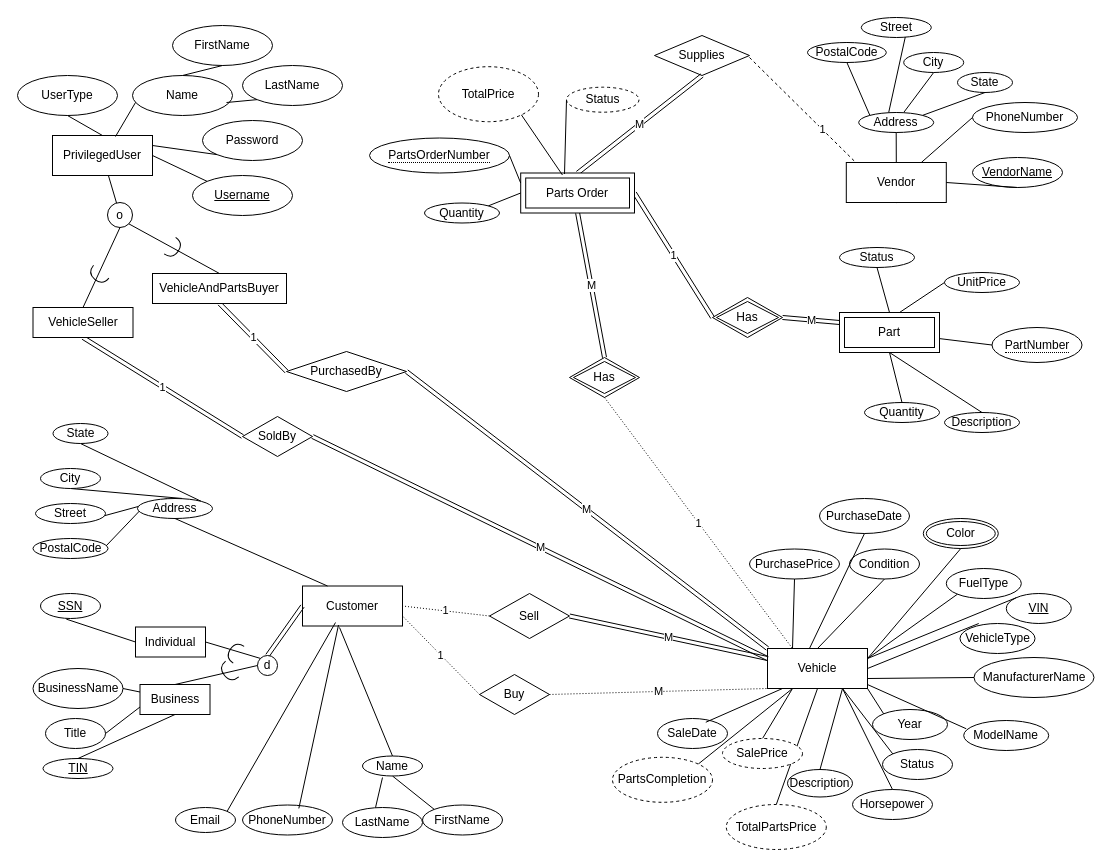
Above: Phase_1/team006_p1_eer.drawio in rkang427/autodb (draw.io), before the change. Source tidied: cells renumbered, new cells numbered last; positions are measured from the earlier drawing's top-left corner, leaving out a move shared by most shapes. Both pictures are drawn from the tidied source at 100%, with x=0, y=0 at pixel (17, 17).
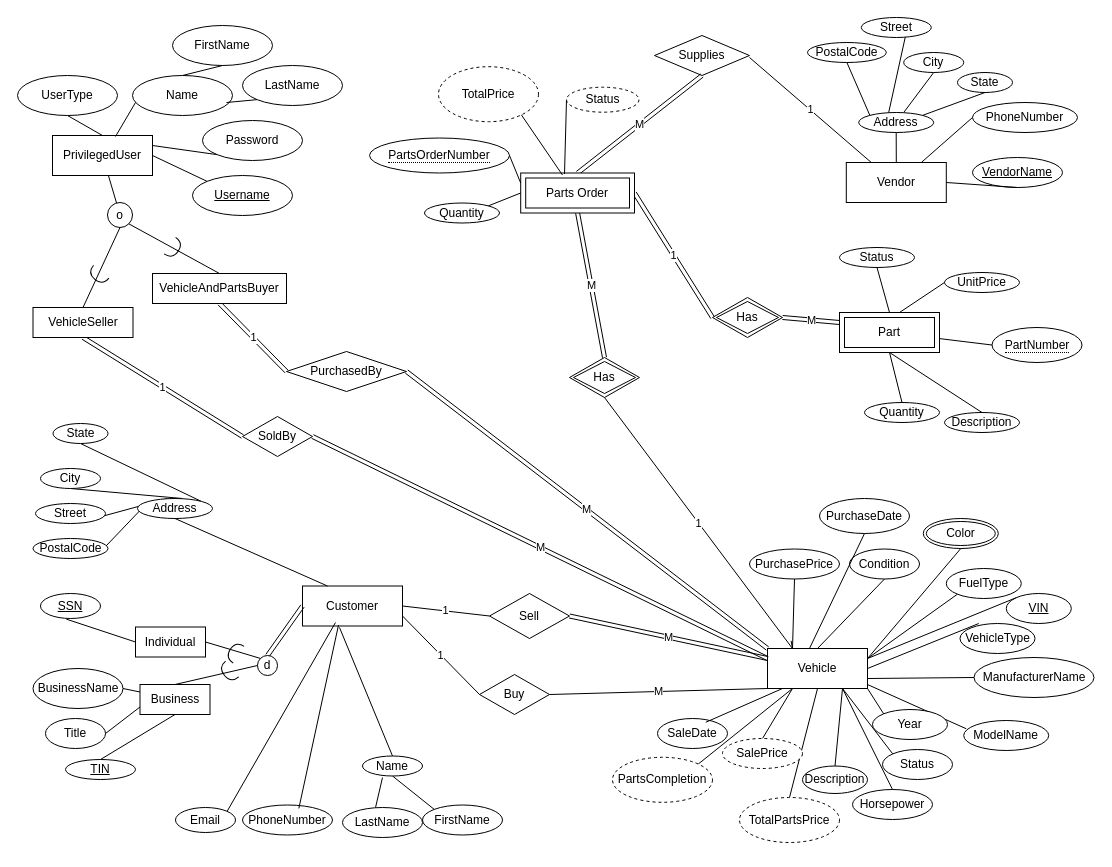
After the change.

The change refers to these unchanged cells:
```xml
<mxCell id="8" value="Customer" style="whiteSpace=wrap;html=1;align=center;" parent="1" vertex="1">
  <mxGeometry x="285" y="568.5" width="100" height="40" as="geometry" />
</mxCell>
<mxCell id="18" value="Sell" style="shape=rhombus;perimeter=rhombusPerimeter;whiteSpace=wrap;html=1;align=center;" parent="1" vertex="1">
  <mxGeometry x="472" y="576" width="80" height="45" as="geometry" />
</mxCell>
<mxCell id="21" value="Buy" style="shape=rhombus;perimeter=rhombusPerimeter;whiteSpace=wrap;html=1;align=center;" parent="1" vertex="1">
  <mxGeometry x="462" y="657" width="70" height="40" as="geometry" />
</mxCell>
<mxCell id="33" value="Has" style="shape=rhombus;double=1;perimeter=rhombusPerimeter;whiteSpace=wrap;html=1;align=center;" parent="1" vertex="1">
  <mxGeometry x="552" y="340" width="70" height="40" as="geometry" />
</mxCell>
<mxCell id="39" value="Vehicle" style="whiteSpace=wrap;html=1;align=center;" parent="1" vertex="1">
  <mxGeometry x="750" y="631" width="100" height="40" as="geometry" />
</mxCell>
<mxCell id="44" value="ModelName" style="ellipse;whiteSpace=wrap;html=1;align=center;" parent="1" vertex="1">
  <mxGeometry x="946.2" y="703" width="85" height="30" as="geometry" />
</mxCell>
<mxCell id="71" value="Status" style="ellipse;whiteSpace=wrap;html=1;align=center;" parent="1" vertex="1">
  <mxGeometry x="865" y="732" width="70" height="30" as="geometry" />
</mxCell>
<mxCell id="120" value="Vendor" style="whiteSpace=wrap;html=1;align=center;" parent="119" vertex="1">
  <mxGeometry x="103.8" y="145" width="100" height="40" as="geometry" />
</mxCell>
```

Change to the diagram source:
```diff
@@
+    <mxCell id="72" style="endArrow=none;html=1;rounded=0;exitX=0;exitY=0;exitDx=0;exitDy=0;entryX=0.75;entryY=1;entryDx=0;entryDy=0;" parent="1" edge="1" source="71" target="39">
+      <mxGeometry relative="1" as="geometry" />
+    </mxCell>
+    <mxCell id="51" style="endArrow=none;html=1;rounded=0;entryX=0.03;entryY=0.275;entryDx=0;entryDy=0;entryPerimeter=0;exitX=1;exitY=0.901;exitDx=0;exitDy=0;exitPerimeter=0;" parent="1" edge="1" source="39" target="44">
+      <mxGeometry relative="1" as="geometry" />
+    </mxCell>
@@
-    <mxCell id="20" value="1" style="endArrow=none;html=1;rounded=0;dashed=1;dashPattern=1 2;exitX=0;exitY=0.5;exitDx=0;exitDy=0;entryX=1;entryY=0.5;entryDx=0;entryDy=0;" parent="1" edge="1" source="18" target="8">
+    <mxCell id="20" value="1" style="endArrow=none;html=1;rounded=0;exitX=0;exitY=0.5;exitDx=0;exitDy=0;entryX=1;entryY=0.5;entryDx=0;entryDy=0;" parent="1" edge="1" source="18" target="8">
       <mxGeometry relative="1" as="geometry" />
     </mxCell>
@@
-    <mxCell id="22" value="M" style="endArrow=none;html=1;rounded=0;dashed=1;dashPattern=1 2;exitX=1;exitY=0.5;exitDx=0;exitDy=0;entryX=0;entryY=1;entryDx=0;entryDy=0;" parent="1" edge="1" source="21" target="39">
+    <mxCell id="22" value="M" style="endArrow=none;html=1;rounded=0;exitX=1;exitY=0.5;exitDx=0;exitDy=0;entryX=0;entryY=1;entryDx=0;entryDy=0;" parent="1" edge="1" source="21" target="39">
       <mxGeometry relative="1" as="geometry" />
     </mxCell>
-    <mxCell id="23" value="1" style="endArrow=none;html=1;rounded=0;dashed=1;dashPattern=1 2;entryX=1;entryY=0.75;entryDx=0;entryDy=0;exitX=0;exitY=0.5;exitDx=0;exitDy=0;" parent="1" edge="1" source="21" target="8">
+    <mxCell id="23" value="1" style="endArrow=none;html=1;rounded=0;entryX=1;entryY=0.75;entryDx=0;entryDy=0;exitX=0;exitY=0.5;exitDx=0;exitDy=0;" parent="1" edge="1" source="21" target="8">
       <mxGeometry relative="1" as="geometry" />
     </mxCell>
@@
-    <mxCell id="51" style="endArrow=none;html=1;rounded=0;entryX=0.03;entryY=0.275;entryDx=0;entryDy=0;entryPerimeter=0;exitX=1;exitY=0.901;exitDx=0;exitDy=0;exitPerimeter=0;" parent="1" edge="1" source="39" target="44">
-      <mxGeometry relative="1" as="geometry" />
-    </mxCell>
@@
     <mxCell id="55" value="Description" style="ellipse;whiteSpace=wrap;html=1;align=center;" parent="1" vertex="1">
-      <mxGeometry x="770" y="752" width="65" height="27.5" as="geometry" />
+      <mxGeometry x="785" y="748.5" width="65" height="27.5" as="geometry" />
     </mxCell>
@@
-    <mxCell id="62" value="1" style="endArrow=none;html=1;rounded=0;dashed=1;dashPattern=1 2;exitX=0.5;exitY=1;exitDx=0;exitDy=0;entryX=0.25;entryY=0;entryDx=0;entryDy=0;" parent="1" edge="1" source="33" target="39">
+    <mxCell id="62" value="1" style="endArrow=openAsync;html=1;rounded=0;exitX=0.5;exitY=1;exitDx=0;exitDy=0;entryX=0.25;entryY=0;entryDx=0;entryDy=0;endFill=0;" parent="1" edge="1" source="33" target="39">
       <mxGeometry relative="1" as="geometry" />
     </mxCell>
@@
-    <mxCell id="64" value="1" style="endArrow=none;html=1;rounded=0;entryX=0.5;entryY=1;entryDx=0;entryDy=0;dashed=1;" parent="1" edge="1" target="120">
+    <mxCell id="64" value="1" style="endArrow=none;html=1;rounded=0;entryX=0.25;entryY=0;entryDx=0;entryDy=0;" parent="1" edge="1" target="120">
       <mxGeometry relative="1" as="geometry">
         <mxPoint x="732" y="40" as="sourcePoint" />
       </mxGeometry>
     </mxCell>
@@
-    <mxCell id="72" style="endArrow=none;html=1;rounded=0;exitX=0;exitY=0;exitDx=0;exitDy=0;entryX=0.75;entryY=1;entryDx=0;entryDy=0;" parent="1" edge="1" source="71" target="39">
-      <mxGeometry relative="1" as="geometry" />
-    </mxCell>
@@
     <mxCell id="76" value="TotalPartsPrice" style="ellipse;whiteSpace=wrap;html=1;align=center;dashed=1;" parent="1" vertex="1">
-      <mxGeometry x="708.8" y="787" width="100" height="45" as="geometry" />
+      <mxGeometry x="722" y="780" width="100" height="45" as="geometry" />
     </mxCell>
@@
     <mxCell id="85" value="TIN" style="ellipse;whiteSpace=wrap;html=1;align=center;fontStyle=4;" parent="1" vertex="1">
-      <mxGeometry x="25.5" y="741" width="70" height="20" as="geometry" />
+      <mxGeometry x="48" y="742" width="70" height="20" as="geometry" />
     </mxCell>
```
